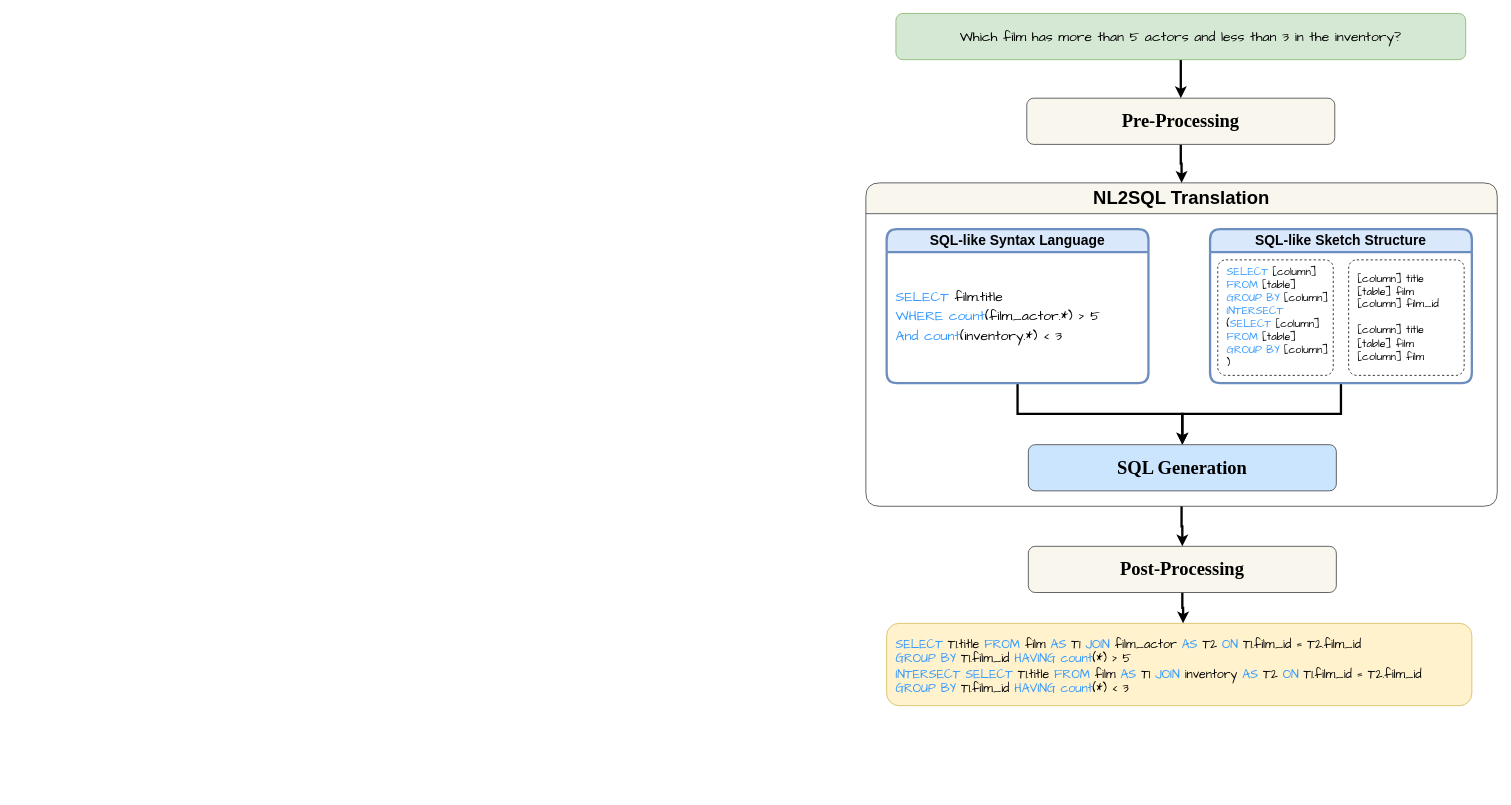
The draw.io diagram 未命名绘图.drawio in MPX0222/PG-Assignments, before the edit. Source tidied: cells renumbered, new cells numbered last; positions are measured from the earlier drawing's top-left corner, leaving out a move shared by most shapes. Both pictures are drawn from the tidied source at 77%, with x=0, y=0 at pixel (865, 13).
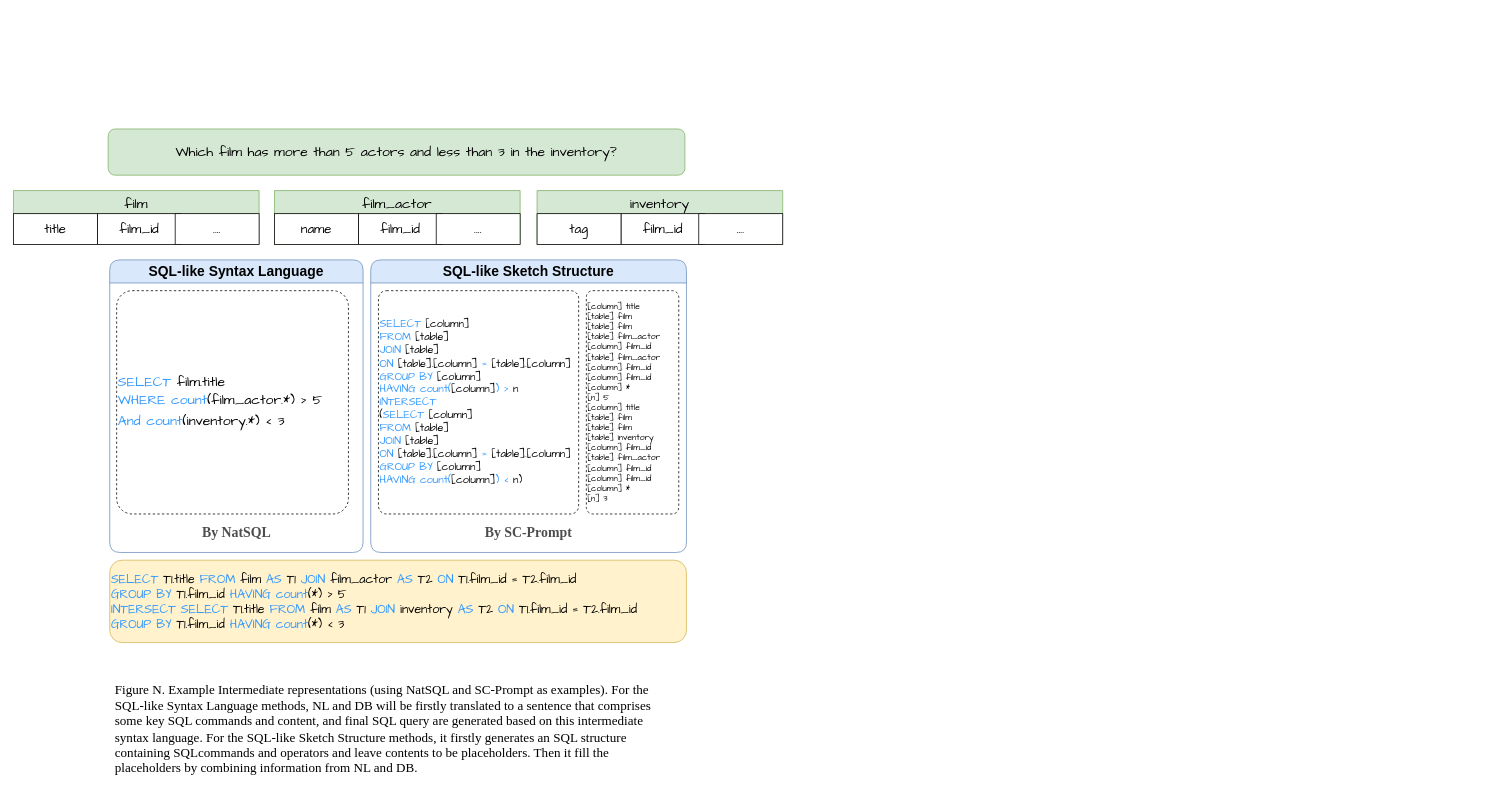
The same page after the edit.

Commit message:
更新未命名绘图.drawio

Change to the diagram source:
```diff
@@
-    <mxCell id="2" style="edgeStyle=orthogonalEdgeStyle;rounded=0;jettySize=auto;html=1;exitX=0.5;exitY=1;exitDx=0;exitDy=0;entryX=0.5;entryY=0;entryDx=0;entryDy=0;strokeWidth=3;" parent="1" edge="1" source="3" target="17">
-      <mxGeometry relative="1" as="geometry" />
-    </mxCell>
     <mxCell id="3" value="&lt;div class=&quot;page&quot; title=&quot;Page 2&quot; style=&quot;caret-color: rgb(0, 0, 0); color: rgb(0, 0, 0); text-align: start; font-size: 18px;&quot;&gt;&lt;div style=&quot;font-size: 18px;&quot; class=&quot;layoutArea&quot;&gt;&lt;div style=&quot;font-size: 18px;&quot; class=&quot;column&quot;&gt;&lt;p style=&quot;font-size: 18px;&quot;&gt;&lt;span style=&quot;font-size: 18px;&quot;&gt;Which film has more than 5 actors and less than 3 in the inventory?&lt;/span&gt;&lt;/p&gt;&lt;/div&gt;&lt;/div&gt;&lt;/div&gt;" style="rounded=1;whiteSpace=wrap;html=1;fillColor=#d5e8d4;strokeColor=#82b366;fontFamily=Comic Sans MS;fontSize=18;" parent="1" vertex="1">
-      <mxGeometry x="39" width="740" height="60" as="geometry" />
+      <mxGeometry x="-984" y="150" width="749" height="60" as="geometry" />
     </mxCell>
-    <mxCell id="4" style="edgeStyle=orthogonalEdgeStyle;rounded=0;jettySize=auto;html=1;exitX=0.5;exitY=1;exitDx=0;exitDy=0;strokeWidth=3;" parent="1" edge="1" source="8" target="7">
-      <mxGeometry relative="1" as="geometry" />
-    </mxCell>
-    <mxCell id="5" value="&lt;div style=&quot;caret-color: rgb(0, 0, 0); color: rgb(0, 0, 0); text-align: start; font-size: 19px;&quot; title=&quot;Page 2&quot; class=&quot;page&quot;&gt;&lt;div class=&quot;layoutArea&quot; style=&quot;font-size: 19px;&quot;&gt;&lt;div class=&quot;column&quot; style=&quot;font-size: 19px;&quot;&gt;&lt;div class=&quot;page&quot; title=&quot;Page 2&quot; style=&quot;font-size: 19px;&quot;&gt;&lt;div class=&quot;layoutArea&quot; style=&quot;font-size: 19px;&quot;&gt;&lt;div class=&quot;column&quot; style=&quot;font-size: 19px;&quot;&gt;&lt;p style=&quot;font-size: 19px;&quot;&gt;&lt;br&gt;&lt;/p&gt;&lt;/div&gt;&lt;/div&gt;&lt;/div&gt;&lt;/div&gt;&lt;/div&gt;&lt;/div&gt;" style="rounded=1;whiteSpace=wrap;html=1;fillColor=#fff2cc;strokeColor=#d6b656;fontFamily=Comic Sans MS;fontSize=19;" parent="1" vertex="1">
-      <mxGeometry x="27" y="792" width="760" height="107" as="geometry" />
+    <mxCell id="5" value="&lt;font color=&quot;#3399ff&quot; style=&quot;font-size: 16px;&quot;&gt;SELECT &lt;/font&gt;T1.title &lt;font color=&quot;#3399ff&quot; style=&quot;font-size: 16px;&quot;&gt;FROM &lt;/font&gt;film &lt;font color=&quot;#3399ff&quot; style=&quot;font-size: 16px;&quot;&gt;AS &lt;/font&gt;T1 &lt;font color=&quot;#3399ff&quot; style=&quot;font-size: 16px;&quot;&gt;JOIN &lt;/font&gt;film_actor &lt;font color=&quot;#3399ff&quot; style=&quot;font-size: 16px;&quot;&gt;AS &lt;/font&gt;T2 &lt;font color=&quot;#3399ff&quot; style=&quot;font-size: 16px;&quot;&gt;ON &lt;/font&gt;T1.film_id = T2.film_id&amp;nbsp;&lt;div style=&quot;font-size: 16px;&quot;&gt;&lt;font color=&quot;#3399ff&quot; style=&quot;font-size: 16px;&quot;&gt;GROUP BY&lt;/font&gt; T1.film_id &lt;font color=&quot;#3399ff&quot; style=&quot;font-size: 16px;&quot;&gt;HAVING count&lt;/font&gt;(*) &amp;gt; 5&amp;nbsp;&lt;/div&gt;&lt;div style=&quot;font-size: 16px;&quot;&gt;&lt;font color=&quot;#3399ff&quot; style=&quot;font-size: 16px;&quot;&gt;INTERSECT SELECT&lt;/font&gt; T1.title &lt;font color=&quot;#3399ff&quot; style=&quot;font-size: 16px;&quot;&gt;FROM &lt;/font&gt;film &lt;font color=&quot;#3399ff&quot; style=&quot;font-size: 16px;&quot;&gt;AS &lt;/font&gt;T1 &lt;font color=&quot;#3399ff&quot; style=&quot;font-size: 16px;&quot;&gt;JOIN &lt;/font&gt;inventory &lt;font color=&quot;#3399ff&quot; style=&quot;font-size: 16px;&quot;&gt;AS &lt;/font&gt;T2 &lt;font color=&quot;#3399ff&quot; style=&quot;font-size: 16px;&quot;&gt;ON &lt;/font&gt;T1.film_id = T2.film_id&amp;nbsp;&lt;/div&gt;&lt;div style=&quot;font-size: 16px;&quot;&gt;&lt;font color=&quot;#3399ff&quot; style=&quot;font-size: 16px;&quot;&gt;GROUP BY &lt;/font&gt;T1.film_id &lt;font color=&quot;#3399ff&quot; style=&quot;font-size: 16px;&quot;&gt;HAVING count&lt;/font&gt;(*) &amp;lt; 3&lt;/div&gt;" style="rounded=1;whiteSpace=wrap;html=1;fillColor=#fff2cc;strokeColor=#d6b656;fontFamily=Comic Sans MS;fontSize=16;align=left;labelPosition=center;verticalLabelPosition=middle;verticalAlign=middle;" parent="1" vertex="1">
+      <mxGeometry x="-982" y="710" width="749" height="107" as="geometry" />
     </mxCell>
-    <mxCell id="6" style="edgeStyle=orthogonalEdgeStyle;rounded=0;jettySize=auto;html=1;exitX=0.5;exitY=1;exitDx=0;exitDy=0;entryX=0.5;entryY=0;entryDx=0;entryDy=0;strokeWidth=3;" parent="1" edge="1" source="10" target="7">
-      <mxGeometry relative="1" as="geometry" />
-    </mxCell>
-    <mxCell id="7" value="SQL Generation" style="rounded=1;whiteSpace=wrap;html=1;fillColor=#cce5ff;strokeColor=#36393d;fontFamily=Garamond;fontSize=24;fontStyle=1;" parent="1" vertex="1">
-      <mxGeometry x="211" y="560" width="400" height="60" as="geometry" />
-    </mxCell>
-    <mxCell id="8" value="SQL-like Syntax Language" style="swimlane;whiteSpace=wrap;html=1;fillColor=#dae8fc;strokeColor=#6c8ebf;rounded=1;startSize=30;fontSize=18;strokeWidth=3;" parent="1" vertex="1">
-      <mxGeometry x="27" y="280" width="340" height="200" as="geometry" />
+    <mxCell id="8" value="SQL-like Syntax Language" style="swimlane;whiteSpace=wrap;html=1;fillColor=#dae8fc;strokeColor=#6c8ebf;rounded=1;startSize=30;fontSize=18;strokeWidth=1;" parent="1" vertex="1">
+      <mxGeometry x="-982" y="320" width="329" height="380" as="geometry" />
     </mxCell>
-    <mxCell id="9" value="&lt;font style=&quot;font-size: 18px;&quot;&gt;&lt;font style=&quot;font-size: 18px;&quot; color=&quot;#3399ff&quot;&gt;SELECT&lt;/font&gt;&lt;font style=&quot;font-size: 18px;&quot; color=&quot;#99ccff&quot;&gt; &lt;/font&gt;film.title&amp;nbsp;&lt;/font&gt;&lt;div style=&quot;font-size: 18px; line-height: 150%;&quot;&gt;&lt;font style=&quot;font-size: 18px;&quot;&gt;&lt;font style=&quot;font-size: 18px;&quot; color=&quot;#3399ff&quot;&gt;&lt;span style=&quot;font-size: 18px;&quot;&gt;WHERE count&lt;/span&gt;&lt;/font&gt;&lt;span style=&quot;font-size: 18px;&quot;&gt;(&lt;/span&gt;film_actor.*&lt;span style=&quot;font-size: 18px;&quot;&gt;) &amp;gt;&amp;nbsp;&lt;/span&gt;5&lt;/font&gt;&lt;/div&gt;&lt;div style=&quot;font-size: 18px; line-height: 150%;&quot;&gt;&lt;font style=&quot;font-size: 18px;&quot;&gt;&lt;font style=&quot;font-size: 18px;&quot; color=&quot;#3399ff&quot;&gt;&lt;span style=&quot;font-size: 18px;&quot;&gt;And count&lt;/span&gt;&lt;/font&gt;&lt;span style=&quot;font-size: 18px;&quot;&gt;(&lt;/span&gt;inventory.*&lt;span style=&quot;font-size: 18px;&quot;&gt;) &amp;lt;&amp;nbsp;&lt;/span&gt;3&lt;/font&gt;&lt;/div&gt;" style="text;html=1;align=left;verticalAlign=middle;whiteSpace=wrap;rounded=1;fontFamily=Comic Sans MS;fontSize=18;strokeWidth=3;" parent="8" vertex="1">
-      <mxGeometry x="10" y="30" width="320" height="170" as="geometry" />
+    <mxCell id="9" value="&lt;font style=&quot;font-size: 18px;&quot;&gt;&lt;font style=&quot;font-size: 18px;&quot; color=&quot;#3399ff&quot;&gt;SELECT&lt;/font&gt;&lt;font style=&quot;font-size: 18px;&quot; color=&quot;#99ccff&quot;&gt; &lt;/font&gt;film.title&amp;nbsp;&lt;/font&gt;&lt;div style=&quot;font-size: 18px; line-height: 150%;&quot;&gt;&lt;font style=&quot;font-size: 18px;&quot;&gt;&lt;font style=&quot;font-size: 18px;&quot; color=&quot;#3399ff&quot;&gt;&lt;span style=&quot;font-size: 18px;&quot;&gt;WHERE count&lt;/span&gt;&lt;/font&gt;&lt;span style=&quot;font-size: 18px;&quot;&gt;(&lt;/span&gt;film_actor.*&lt;span style=&quot;font-size: 18px;&quot;&gt;) &amp;gt;&amp;nbsp;&lt;/span&gt;5&lt;/font&gt;&lt;/div&gt;&lt;div style=&quot;font-size: 18px; line-height: 150%;&quot;&gt;&lt;font style=&quot;font-size: 18px;&quot;&gt;&lt;font style=&quot;font-size: 18px;&quot; color=&quot;#3399ff&quot;&gt;&lt;span style=&quot;font-size: 18px;&quot;&gt;And count&lt;/span&gt;&lt;/font&gt;&lt;span style=&quot;font-size: 18px;&quot;&gt;(&lt;/span&gt;inventory.*&lt;span style=&quot;font-size: 18px;&quot;&gt;) &amp;lt;&amp;nbsp;&lt;/span&gt;3&lt;/font&gt;&lt;/div&gt;" style="rounded=1;whiteSpace=wrap;html=1;dashed=1;arcSize=7;align=left;fontFamily=Comic Sans MS;" parent="8" vertex="1">
+      <mxGeometry x="9" y="40" width="301" height="290" as="geometry" />
     </mxCell>
+    <mxCell id="22" value="By NatSQL" style="text;html=1;align=center;verticalAlign=middle;whiteSpace=wrap;rounded=0;fontSize=18;fontStyle=1;fontFamily=Times New Roman;fontColor=#4D4D4D;" parent="8" vertex="1">
+      <mxGeometry x="4.5" y="340" width="320" height="30" as="geometry" />
+    </mxCell>
-    <mxCell id="10" value="SQL-like Sketch Structure" style="swimlane;whiteSpace=wrap;html=1;fillColor=#dae8fc;strokeColor=#6c8ebf;rounded=1;startSize=30;fontSize=18;strokeWidth=3;" parent="1" vertex="1">
-      <mxGeometry x="447" y="280" width="340" height="200" as="geometry" />
+    <mxCell id="10" value="SQL-like Sketch Structure" style="swimlane;whiteSpace=wrap;html=1;fillColor=#dae8fc;strokeColor=#6c8ebf;rounded=1;startSize=30;fontSize=18;strokeWidth=1;" parent="1" vertex="1">
+      <mxGeometry x="-643" y="320" width="410" height="380" as="geometry" />
     </mxCell>
-    <mxCell id="11" style="rounded=1;whiteSpace=wrap;html=1;dashed=1;arcSize=7;" parent="10" vertex="1">
-      <mxGeometry x="10" y="40" width="150" height="150" as="geometry" />
+    <mxCell id="11" value="&lt;div style=&quot;font-size: 14px;&quot;&gt;&lt;font color=&quot;#3399ff&quot;&gt;SELECT &lt;/font&gt;[column]&lt;br&gt;&lt;/div&gt;&lt;div style=&quot;font-size: 14px;&quot;&gt;&lt;font color=&quot;#3399ff&quot;&gt;FROM &lt;/font&gt;[table] &lt;br&gt;&lt;/div&gt;&lt;div style=&quot;font-size: 14px;&quot;&gt;&lt;font color=&quot;#3399ff&quot;&gt;JOIN &lt;/font&gt;[table]&lt;br&gt;&lt;/div&gt;&lt;div style=&quot;font-size: 14px;&quot;&gt;&lt;font color=&quot;#3399ff&quot;&gt;ON &lt;/font&gt;&lt;font color=&quot;#3399ff&quot;&gt;&lt;/font&gt;[table].[column] &lt;font color=&quot;#3399ff&quot;&gt;= &lt;/font&gt;&lt;font color=&quot;#3399ff&quot;&gt;&lt;/font&gt;[table].[column]&lt;/div&gt;&lt;div style=&quot;font-size: 14px;&quot;&gt;&lt;font color=&quot;#3399ff&quot;&gt;GROUP BY &lt;/font&gt;[column]&lt;/div&gt;&lt;div style=&quot;font-size: 14px;&quot;&gt;&lt;font color=&quot;#3399ff&quot;&gt;HAVING count(&lt;/font&gt;[column]&lt;font color=&quot;#3399ff&quot;&gt;) &amp;gt; &lt;/font&gt;n &lt;/div&gt;&lt;div style=&quot;font-size: 14px;&quot;&gt;&lt;font color=&quot;#3399ff&quot;&gt;INTERSECT&lt;/font&gt;&lt;/div&gt;&lt;div style=&quot;font-size: 14px;&quot;&gt;(&lt;font color=&quot;#3399ff&quot;&gt;SELECT &lt;/font&gt;[column]&lt;/div&gt;&lt;div style=&quot;font-size: 14px;&quot;&gt;&lt;font color=&quot;#3399ff&quot;&gt;FROM &lt;/font&gt;[table]&lt;/div&gt;&lt;div style=&quot;font-size: 14px;&quot;&gt;&lt;font color=&quot;#3399ff&quot;&gt;JOIN &lt;/font&gt;[table]&lt;/div&gt;&lt;div style=&quot;font-size: 14px;&quot;&gt;&lt;font color=&quot;#3399ff&quot;&gt;ON &lt;/font&gt;[table].[column] &lt;font color=&quot;#3399ff&quot;&gt;= &lt;/font&gt;&lt;font color=&quot;#3399ff&quot;&gt;&lt;/font&gt;[table].[column]&lt;/div&gt;&lt;div style=&quot;font-size: 14px;&quot;&gt;&lt;font color=&quot;#3399ff&quot;&gt;GROUP BY&lt;/font&gt;&amp;nbsp;[column]&lt;/div&gt;&lt;div style=&quot;font-size: 14px;&quot;&gt;&lt;font color=&quot;#3399ff&quot;&gt;HAVING&lt;/font&gt; &lt;font color=&quot;#3399ff&quot;&gt;count(&lt;/font&gt;[column]&lt;font color=&quot;#3399ff&quot;&gt;) &amp;lt; &lt;/font&gt;n)&lt;br style=&quot;font-size: 14px;&quot;&gt;&lt;/div&gt;" style="rounded=1;whiteSpace=wrap;html=1;dashed=1;arcSize=4;align=left;fontFamily=Comic Sans MS;" parent="10" vertex="1">
+      <mxGeometry x="10" y="40" width="260" height="290" as="geometry" />
     </mxCell>
-    <mxCell id="12" style="rounded=1;whiteSpace=wrap;html=1;dashed=1;arcSize=7;" parent="10" vertex="1">
-      <mxGeometry x="180" y="40" width="150" height="150" as="geometry" />
+    <mxCell id="12" value="&lt;div style=&quot;font-size: 11px;&quot;&gt;[column] title &lt;font color=&quot;#3399ff&quot; style=&quot;font-size: 11px;&quot;&gt;&lt;/font&gt;&lt;/div&gt;&lt;div style=&quot;font-size: 11px;&quot;&gt;[table] film&lt;/div&gt;&lt;div style=&quot;font-size: 11px;&quot;&gt;[table] film&lt;/div&gt;&lt;div style=&quot;font-size: 11px;&quot;&gt;[table] film_actor&lt;br&gt;&lt;/div&gt;&lt;div style=&quot;font-size: 11px;&quot;&gt;[column] film_id&amp;nbsp; &lt;/div&gt;&lt;div style=&quot;font-size: 11px;&quot;&gt;[table] film_actor&lt;/div&gt;&lt;div style=&quot;font-size: 11px;&quot;&gt;[column] film_id&lt;/div&gt;&lt;div style=&quot;font-size: 11px;&quot;&gt;[column] film_id&lt;/div&gt;&lt;div style=&quot;font-size: 11px;&quot;&gt;[column] *&lt;/div&gt;&lt;div style=&quot;font-size: 11px;&quot;&gt;[n] 5&lt;br style=&quot;font-size: 11px;&quot;&gt;&lt;/div&gt;&lt;div style=&quot;font-size: 11px;&quot;&gt;[column] title &lt;font color=&quot;#3399ff&quot; style=&quot;font-size: 11px;&quot;&gt;&lt;/font&gt;&lt;/div&gt;&lt;div style=&quot;font-size: 11px;&quot;&gt;[table] film&lt;/div&gt;&lt;div style=&quot;font-size: 11px;&quot;&gt;[table] film&lt;/div&gt;&lt;div style=&quot;font-size: 11px;&quot;&gt;[table] inventory&lt;/div&gt;&lt;div style=&quot;font-size: 11px;&quot;&gt;[column] film_id&amp;nbsp; &lt;/div&gt;&lt;div style=&quot;font-size: 11px;&quot;&gt;[table] film_actor&lt;/div&gt;&lt;div style=&quot;font-size: 11px;&quot;&gt;[column] film_id&lt;/div&gt;&lt;div style=&quot;font-size: 11px;&quot;&gt;[column] film_id&lt;/div&gt;&lt;div style=&quot;font-size: 11px;&quot;&gt;[column] *&lt;/div&gt;[n] 3" style="rounded=1;whiteSpace=wrap;html=1;dashed=1;arcSize=7;align=left;fontFamily=Comic Sans MS;fontSize=11;" parent="10" vertex="1">
+      <mxGeometry x="280" y="40" width="120" height="290" as="geometry" />
     </mxCell>
-    <mxCell id="13" value="&lt;div style=&quot;font-size: 14px;&quot;&gt;&lt;font color=&quot;#3399ff&quot;&gt;SELECT &lt;/font&gt;[column]&lt;br&gt;&lt;/div&gt;&lt;div style=&quot;font-size: 14px;&quot;&gt;&lt;font color=&quot;#3399ff&quot;&gt;FROM &lt;/font&gt;[table]&lt;/div&gt;&lt;div style=&quot;font-size: 14px;&quot;&gt;&lt;font color=&quot;#3399ff&quot;&gt;GROUP BY &lt;/font&gt;[column]&lt;/div&gt;&lt;div style=&quot;font-size: 14px;&quot;&gt;&lt;font color=&quot;#3399ff&quot;&gt;INTERSECT&lt;/font&gt;&lt;/div&gt;&lt;div style=&quot;font-size: 14px;&quot;&gt;(&lt;font color=&quot;#3399ff&quot;&gt;SELECT &lt;/font&gt;[column]&lt;/div&gt;&lt;div style=&quot;font-size: 14px;&quot;&gt;&lt;font color=&quot;#3399ff&quot;&gt;FROM &lt;/font&gt;[table]&lt;/div&gt;&lt;div style=&quot;font-size: 14px;&quot;&gt;&lt;font color=&quot;#3399ff&quot;&gt;GROUP BY&lt;/font&gt;&amp;nbsp;[column] )&lt;br style=&quot;font-size: 14px;&quot;&gt;&lt;/div&gt;" style="text;html=1;align=left;verticalAlign=middle;whiteSpace=wrap;rounded=1;fontSize=14;fontFamily=Comic Sans MS;" parent="10" vertex="1">
-      <mxGeometry x="20" y="40" width="140" height="150" as="geometry" />
-    </mxCell>
-    <mxCell id="14" value="&lt;div style=&quot;font-size: 14px;&quot;&gt;[column] title &lt;font color=&quot;#3399ff&quot;&gt;&lt;/font&gt;&lt;/div&gt;&lt;div style=&quot;font-size: 14px;&quot;&gt;[table] film&lt;br&gt;&lt;/div&gt;&lt;div style=&quot;font-size: 14px;&quot;&gt;[column] film_id&amp;nbsp; &lt;/div&gt;&lt;div style=&quot;font-size: 14px;&quot;&gt;&lt;br&gt;&lt;/div&gt;&lt;div style=&quot;font-size: 14px;&quot;&gt;[column] title&lt;br&gt;&lt;/div&gt;&lt;div style=&quot;font-size: 14px;&quot;&gt;[table] film&lt;br&gt;&lt;/div&gt;&lt;div style=&quot;font-size: 14px;&quot;&gt;[column] film&lt;br style=&quot;font-size: 14px;&quot;&gt;&lt;/div&gt;" style="text;html=1;align=left;verticalAlign=middle;whiteSpace=wrap;rounded=1;fontSize=14;fontFamily=Comic Sans MS;" parent="10" vertex="1">
-      <mxGeometry x="190" y="40" width="140" height="150" as="geometry" />
-    </mxCell>
-    <mxCell id="15" value="&lt;div style=&quot;font-size: 16px;&quot;&gt;&lt;font color=&quot;#3399ff&quot;&gt;SELECT &lt;/font&gt;T1.title &lt;font color=&quot;#3399ff&quot;&gt;FROM &lt;/font&gt;film &lt;font color=&quot;#3399ff&quot;&gt;AS &lt;/font&gt;T1 &lt;font color=&quot;#3399ff&quot;&gt;JOIN &lt;/font&gt;film_actor &lt;font color=&quot;#3399ff&quot;&gt;AS &lt;/font&gt;T2 &lt;font color=&quot;#3399ff&quot;&gt;ON &lt;/font&gt;T1.film_id = T2.film_id&amp;nbsp;&lt;/div&gt;&lt;div style=&quot;font-size: 16px;&quot;&gt;&lt;font color=&quot;#3399ff&quot;&gt;GROUP BY&lt;/font&gt; T1.film_id &lt;font color=&quot;#3399ff&quot;&gt;HAVING count&lt;/font&gt;(*) &amp;gt; 5&amp;nbsp;&lt;/div&gt;&lt;div style=&quot;font-size: 16px;&quot;&gt;&lt;font color=&quot;#3399ff&quot;&gt;INTERSECT SELECT&lt;/font&gt; T1.title &lt;font color=&quot;#3399ff&quot;&gt;FROM &lt;/font&gt;film &lt;font color=&quot;#3399ff&quot;&gt;AS &lt;/font&gt;T1 &lt;font color=&quot;#3399ff&quot;&gt;JOIN &lt;/font&gt;inventory &lt;font color=&quot;#3399ff&quot;&gt;AS &lt;/font&gt;T2 &lt;font color=&quot;#3399ff&quot;&gt;ON &lt;/font&gt;T1.film_id = T2.film_id&amp;nbsp;&lt;/div&gt;&lt;div style=&quot;font-size: 16px;&quot;&gt;&lt;font color=&quot;#3399ff&quot;&gt;GROUP BY &lt;/font&gt;T1.film_id &lt;font color=&quot;#3399ff&quot;&gt;HAVING count&lt;/font&gt;(*) &amp;lt; 3&lt;/div&gt;" style="text;html=1;align=left;verticalAlign=middle;whiteSpace=wrap;rounded=1;fontSize=16;fontFamily=Comic Sans MS;" parent="1" vertex="1">
-      <mxGeometry x="37" y="792" width="750" height="111.5" as="geometry" />
-    </mxCell>
-    <mxCell id="16" style="edgeStyle=orthogonalEdgeStyle;rounded=0;jettySize=auto;html=1;exitX=0.5;exitY=1;exitDx=0;exitDy=0;entryX=0.5;entryY=0;entryDx=0;entryDy=0;strokeWidth=3;" parent="1" edge="1" source="17" target="21">
-      <mxGeometry relative="1" as="geometry" />
-    </mxCell>
-    <mxCell id="17" value="Pre-Processing" style="rounded=1;whiteSpace=wrap;html=1;fillColor=#f9f7ed;strokeColor=#36393d;fontFamily=Garamond;fontSize=24;fontStyle=1;" parent="1" vertex="1">
-      <mxGeometry x="209" y="110" width="400" height="60" as="geometry" />
-    </mxCell>
-    <mxCell id="18" style="edgeStyle=orthogonalEdgeStyle;rounded=0;jettySize=auto;html=1;exitX=0.5;exitY=1;exitDx=0;exitDy=0;entryX=0.5;entryY=0;entryDx=0;entryDy=0;strokeWidth=3;" parent="1" edge="1" source="19" target="15">
-      <mxGeometry relative="1" as="geometry" />
-    </mxCell>
-    <mxCell id="19" value="Post-Processing" style="rounded=1;whiteSpace=wrap;html=1;fillColor=#f9f7ed;strokeColor=#36393d;fontFamily=Garamond;fontSize=24;fontStyle=1;" parent="1" vertex="1">
-      <mxGeometry x="211" y="692" width="400" height="60" as="geometry" />
-    </mxCell>
-    <mxCell id="20" style="edgeStyle=orthogonalEdgeStyle;rounded=0;jettySize=auto;html=1;exitX=0.5;exitY=1;exitDx=0;exitDy=0;strokeWidth=3;" parent="1" edge="1" source="21" target="19">
-      <mxGeometry relative="1" as="geometry" />
-    </mxCell>
-    <mxCell id="21" value="NL2SQL Translation" style="swimlane;whiteSpace=wrap;html=1;fillColor=#f9f7ed;strokeColor=#36393d;rounded=1;startSize=40;fontSize=24;strokeWidth=1;" parent="1" vertex="1">
-      <mxGeometry y="220" width="820" height="420" as="geometry" />
-    </mxCell>
+    <mxCell id="23" value="By SC-Prompt" style="text;html=1;align=center;verticalAlign=middle;whiteSpace=wrap;rounded=0;fontSize=18;fontStyle=1;fontFamily=Times New Roman;fontColor=#4D4D4D;" parent="10" vertex="1">
+      <mxGeometry x="10" y="340" width="390" height="30" as="geometry" />
+    </mxCell>
+    <mxCell id="24" value="film" style="swimlane;startSize=30;rounded=0;fontSize=18;fillColor=#d5e8d4;strokeColor=#82b366;fontFamily=Comic Sans MS;fontStyle=0;" parent="1" vertex="1">
+      <mxGeometry x="-1107" y="230" width="319" height="70" as="geometry" />
+    </mxCell>
+    <mxCell id="25" value="film_id" style="rounded=0;whiteSpace=wrap;html=1;fontFamily=Comic Sans MS;fontSize=17;" parent="24" vertex="1">
+      <mxGeometry x="109" y="30" width="109" height="40" as="geometry" />
+    </mxCell>
+    <mxCell id="26" value="...." style="rounded=0;whiteSpace=wrap;html=1;fontFamily=Comic Sans MS;fontSize=17;" parent="24" vertex="1">
+      <mxGeometry x="210" y="30" width="109" height="40" as="geometry" />
+    </mxCell>
+    <mxCell id="27" value="Figure N. Example Intermediate representations (using NatSQL and SC-Prompt as examples). For the SQL-like Syntax Language methods, NL and DB will be firstly translated to a sentence that comprises some key SQL commands and content, and final SQL query are generated based on this intermediate syntax language. For the SQL-like Sketch Structure methods, it firstly generates an SQL structure containing SQLcommands and operators and leave contents to be placeholders. Then it fill the placeholders by combining information from NL and DB." style="text;html=1;align=left;verticalAlign=middle;whiteSpace=wrap;rounded=0;fontFamily=Times New Roman;fontSize=17;" parent="1" vertex="1">
+      <mxGeometry x="-977" y="850" width="724" height="160" as="geometry" />
+    </mxCell>
+    <mxCell id="28" value="title" style="rounded=0;whiteSpace=wrap;html=1;fontFamily=Comic Sans MS;fontSize=17;" parent="1" vertex="1">
+      <mxGeometry x="-1107" y="260" width="109" height="40" as="geometry" />
+    </mxCell>
+    <mxCell id="29" value="film_actor" style="swimlane;startSize=30;rounded=0;fontSize=18;fillColor=#d5e8d4;strokeColor=#82b366;fontFamily=Comic Sans MS;fontStyle=0;" parent="1" vertex="1">
+      <mxGeometry x="-768" y="230" width="319" height="70" as="geometry" />
+    </mxCell>
+    <mxCell id="30" value="film_id" style="rounded=0;whiteSpace=wrap;html=1;fontFamily=Comic Sans MS;fontSize=17;" parent="29" vertex="1">
+      <mxGeometry x="109" y="30" width="109" height="40" as="geometry" />
+    </mxCell>
+    <mxCell id="31" value="...." style="rounded=0;whiteSpace=wrap;html=1;fontFamily=Comic Sans MS;fontSize=17;" parent="29" vertex="1">
+      <mxGeometry x="210" y="30" width="109" height="40" as="geometry" />
+    </mxCell>
+    <mxCell id="32" value="name" style="rounded=0;whiteSpace=wrap;html=1;fontFamily=Comic Sans MS;fontSize=17;" parent="1" vertex="1">
+      <mxGeometry x="-768" y="260" width="109" height="40" as="geometry" />
+    </mxCell>
+    <mxCell id="33" value="inventory" style="swimlane;startSize=30;rounded=0;fontSize=18;fillColor=#d5e8d4;strokeColor=#82b366;fontFamily=Comic Sans MS;fontStyle=0;" parent="1" vertex="1">
+      <mxGeometry x="-427" y="230" width="319" height="70" as="geometry" />
+    </mxCell>
+    <mxCell id="34" value="film_id" style="rounded=0;whiteSpace=wrap;html=1;fontFamily=Comic Sans MS;fontSize=17;" parent="33" vertex="1">
+      <mxGeometry x="109" y="30" width="109" height="40" as="geometry" />
+    </mxCell>
+    <mxCell id="35" value="...." style="rounded=0;whiteSpace=wrap;html=1;fontFamily=Comic Sans MS;fontSize=17;" parent="33" vertex="1">
+      <mxGeometry x="210" y="30" width="109" height="40" as="geometry" />
+    </mxCell>
+    <mxCell id="36" value="tag" style="rounded=0;whiteSpace=wrap;html=1;fontFamily=Comic Sans MS;fontSize=17;" parent="1" vertex="1">
+      <mxGeometry x="-427" y="260" width="109" height="40" as="geometry" />
+    </mxCell>
```
